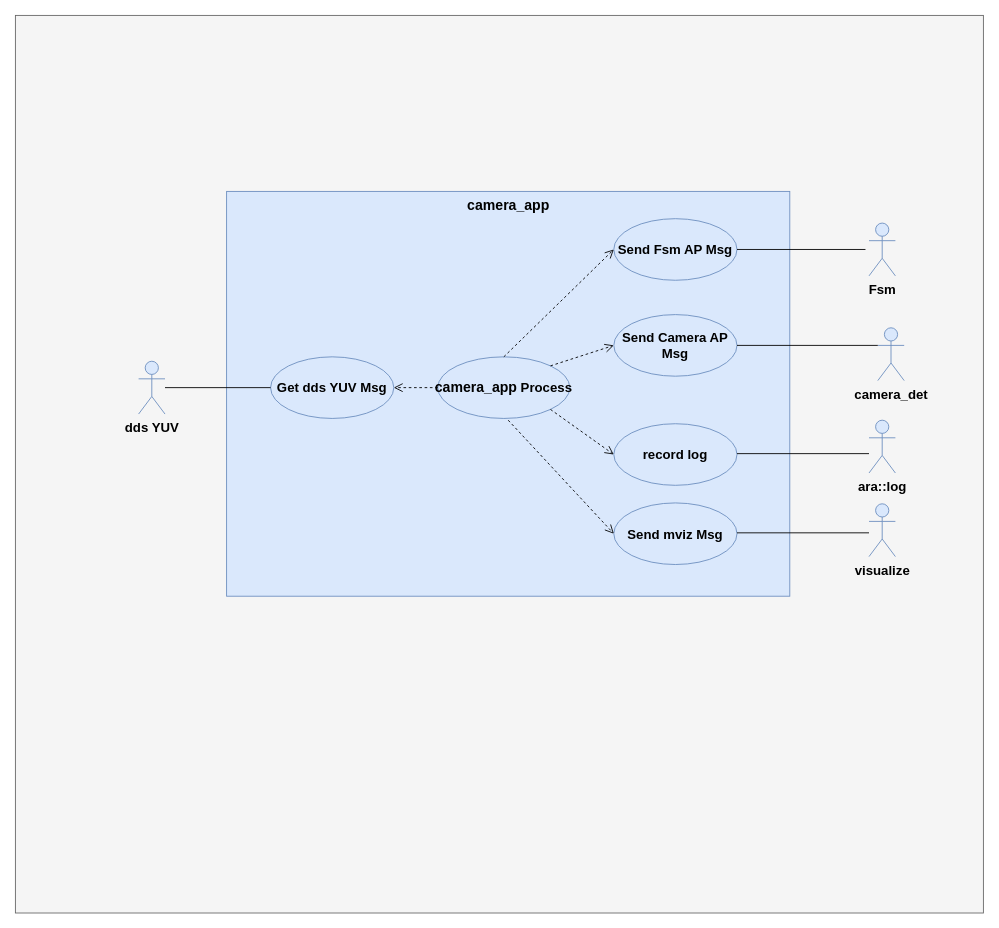
This is camera_app用例.drawio from xiaoleli/diagrams, a draw.io file, before an edit. Source tidied: cells renumbered, new cells numbered last; positions are measured from the earlier drawing's top-left corner, leaving out a move shared by most shapes. Both pictures are drawn from the tidied source at 88%, with x=0, y=0 at pixel (15, 15).
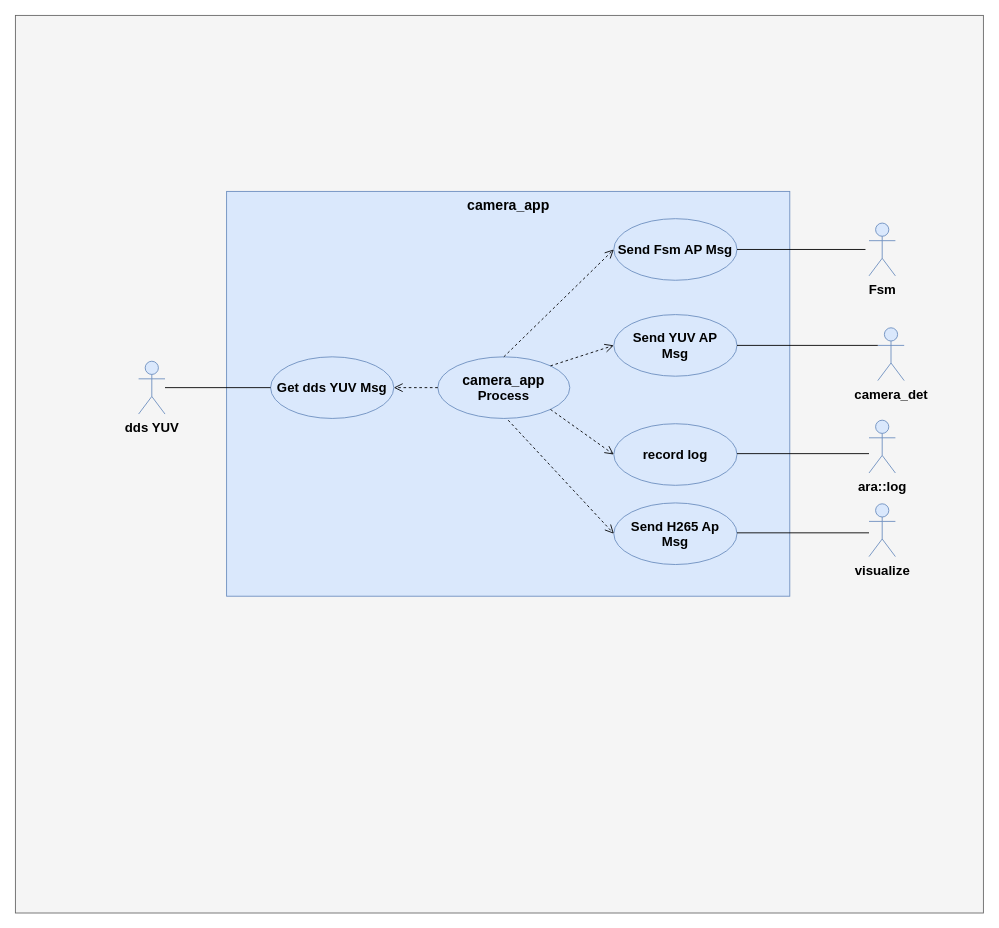
The same page after the edit.

The edit, as a diff of the source:
```diff
@@
-    <mxCell id="4" value="&lt;span style=&quot;font-size: 16px; text-wrap-mode: nowrap;&quot;&gt;camera_app&lt;/span&gt;&amp;nbsp;Process" style="ellipse;whiteSpace=wrap;html=1;fontSize=15;fillColor=#dae8fc;strokeColor=#6c8ebf;fontStyle=1;" parent="1" vertex="1">
+    <mxCell id="4" value="&lt;span style=&quot;font-size: 16px; text-wrap-mode: nowrap;&quot;&gt;camera_app&lt;/span&gt;&lt;div&gt;Process&lt;/div&gt;" style="ellipse;whiteSpace=wrap;html=1;fontSize=15;fillColor=#dae8fc;strokeColor=#6c8ebf;fontStyle=1;" parent="1" vertex="1">
       <mxGeometry x="480" y="388" width="150" height="70" as="geometry" />
     </mxCell>
@@
-    <mxCell id="9" value="Send Camera AP Msg" style="ellipse;whiteSpace=wrap;html=1;fontSize=15;fillColor=#dae8fc;strokeColor=#6c8ebf;fontStyle=1;" parent="1" vertex="1">
+    <mxCell id="9" value="Send YUV AP&lt;div&gt;Msg&lt;/div&gt;" style="ellipse;whiteSpace=wrap;html=1;fontSize=15;fillColor=#dae8fc;strokeColor=#6c8ebf;fontStyle=1;" parent="1" vertex="1">
       <mxGeometry x="680" y="340" width="140" height="70" as="geometry" />
     </mxCell>
@@
-    <mxCell id="20" value="Send mviz Msg" style="ellipse;whiteSpace=wrap;html=1;fontSize=15;fillColor=#dae8fc;strokeColor=#6c8ebf;fontStyle=1;" parent="1" vertex="1">
+    <mxCell id="20" value="Send H265 Ap&lt;div&gt;Msg&lt;/div&gt;" style="ellipse;whiteSpace=wrap;html=1;fontSize=15;fillColor=#dae8fc;strokeColor=#6c8ebf;fontStyle=1;" parent="1" vertex="1">
       <mxGeometry x="680" y="554" width="140" height="70" as="geometry" />
     </mxCell>
```
